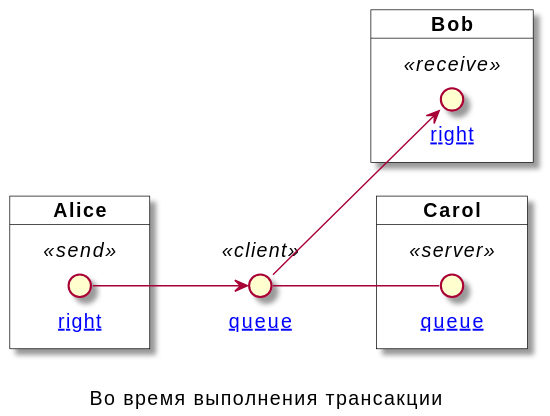
Above: src/_includes/diagrams/queue-example/transaction-ongoing.svg in pavetok/pavetok.github.io (PlantUML), before the change. Its source is kept beside it as diagrams/queue-example/transaction-ongoing.puml.
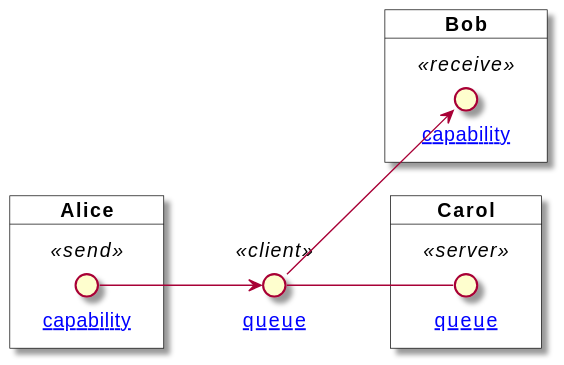
Later version of the same file.

The edit, as a diff of the source:
```diff
@@ -7,13 +7,13 @@
 }
 
 card Alice {
-    circle "[[/work/transaction-types/queue-example/diagrams/right-send/{right} right]]" as right1 <<send>>
+    circle "[[/work/transaction-types/queue-example/diagrams/capability-send/{capability} capability]]" as capability1 <<send>>
 }
 
 circle "[[/work/transaction-types/queue-example/diagrams/queue-client/{queue} queue]]" as queue1 <<client>>
 
 card Bob {
-    circle "[[/work/transaction-types/queue-example/diagrams/right-receive/{right} right]]" as right2 <<receive>>
+    circle "[[/work/transaction-types/queue-example/diagrams/capability-receive/{capability} capability]]" as capability2 <<receive>>
 }
 
 card Carol {
@@ -21,8 +21,6 @@
 }
 
 queue1 -- queue2
-right1 --> queue1
-queue1 --> right2
-
-caption \nВо время выполнения трансакции
+capability1 --> queue1
+queue1 --> capability2
 @enduml
```
